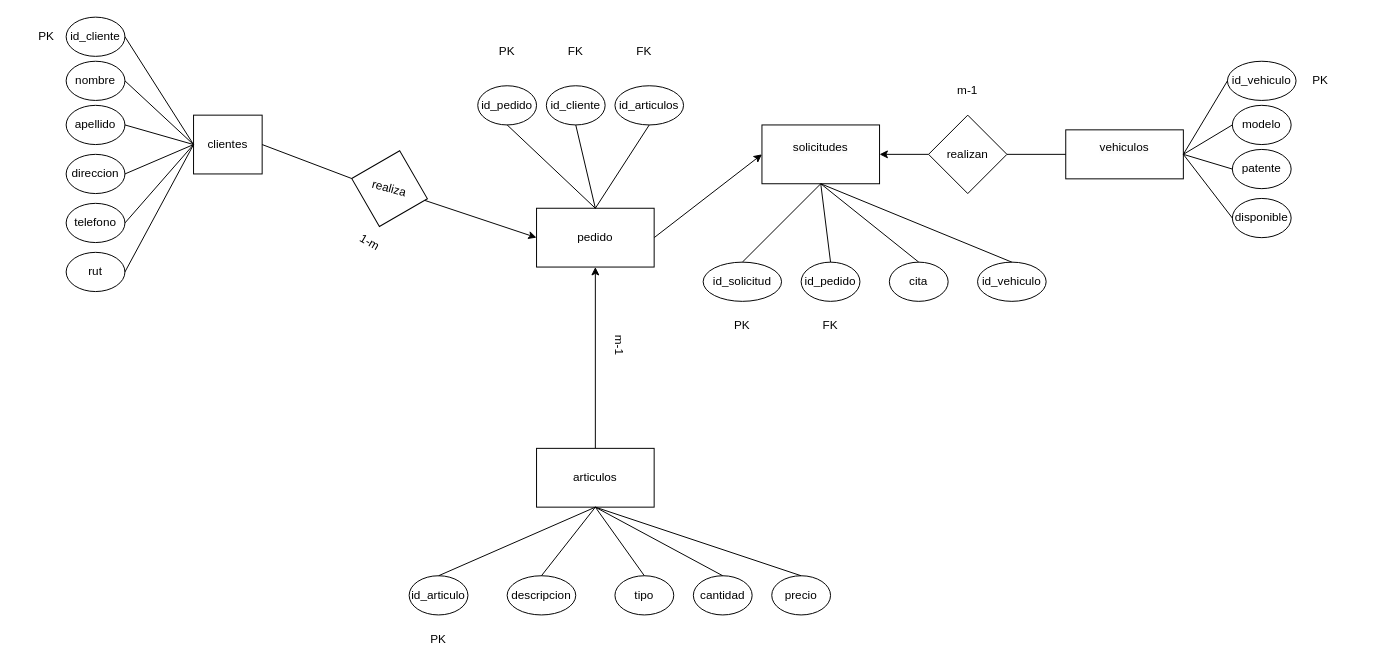
Earlier version of the draw.io diagram diagrama.drawio (carandab/M5_AE5_Grupal). Source tidied: cells renumbered, new cells numbered last; positions are measured from the earlier drawing's top-left corner, leaving out a move shared by most shapes. Both pictures are drawn from the tidied source at 98%, with x=0, y=0 at pixel (17, 17).
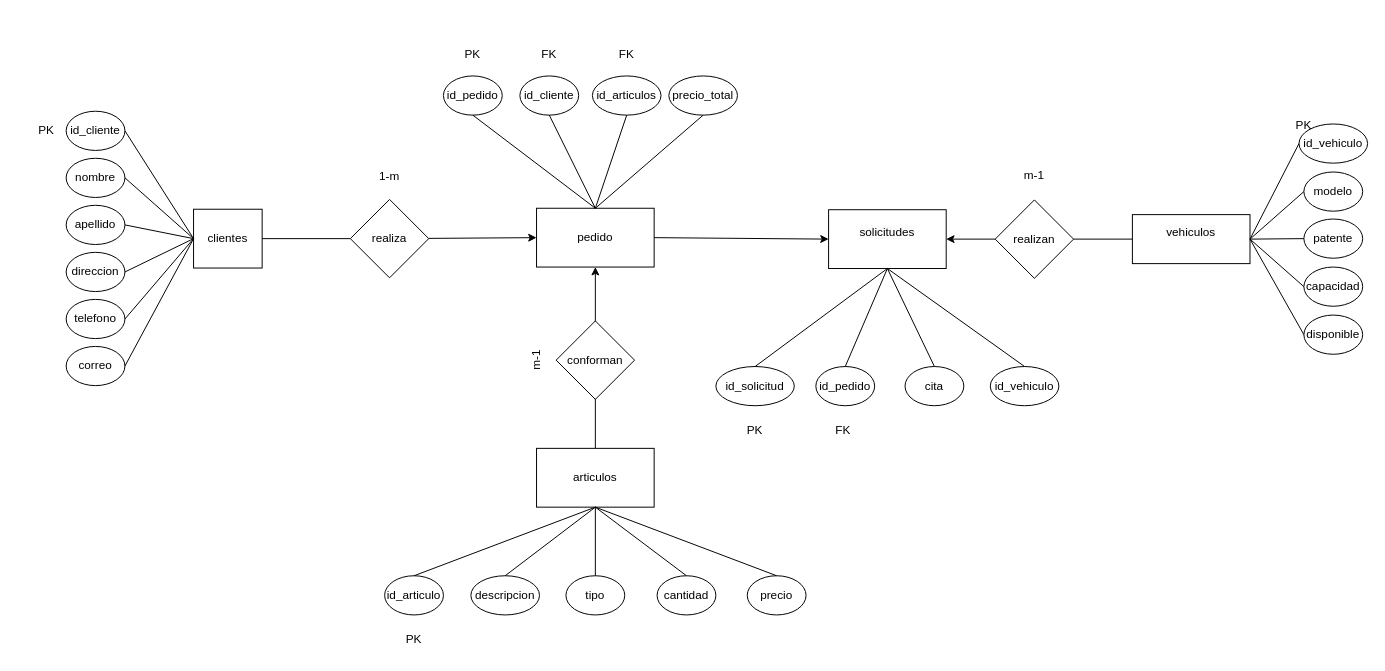
Above is the later version.

Commit message (it also covers changes not shown here):
Se modifican archivos, respecto a algunos atributos y orden visual

The change refers to these unchanged cells:
```xml
<mxCell id="41" value="pedido" style="rounded=0;whiteSpace=wrap;html=1;" parent="1" vertex="1">
  <mxGeometry x="530" y="195" width="120" height="60" as="geometry" />
</mxCell>
```

Change to the diagram source:
```diff
@@
     <mxCell id="2" value="clientes" style="rounded=0;whiteSpace=wrap;html=1;" parent="1" vertex="1">
-      <mxGeometry x="180" y="100" width="70" height="60" as="geometry" />
+      <mxGeometry x="180" y="196" width="70" height="60" as="geometry" />
     </mxCell>
     <mxCell id="3" value="&#10;&lt;span style=&quot;color: rgb(0, 0, 0); font-family: Helvetica; font-size: 12px; font-style: normal; font-variant-ligatures: normal; font-variant-caps: normal; font-weight: 400; letter-spacing: normal; orphans: 2; text-align: center; text-indent: 0px; text-transform: none; widows: 2; word-spacing: 0px; -webkit-text-stroke-width: 0px; white-space: normal; background-color: rgb(251, 251, 251); text-decoration-thickness: initial; text-decoration-style: initial; text-decoration-color: initial; display: inline !important; float: none;&quot;&gt;solicitudes&lt;/span&gt;&#10;&#10;" style="rounded=0;whiteSpace=wrap;html=1;" parent="1" vertex="1">
-      <mxGeometry x="760" y="110" width="120" height="60" as="geometry" />
+      <mxGeometry x="828" y="196.5" width="120" height="60" as="geometry" />
     </mxCell>
     <mxCell id="4" value="&#10;&lt;span style=&quot;color: rgb(0, 0, 0); font-family: Helvetica; font-size: 12px; font-style: normal; font-variant-ligatures: normal; font-variant-caps: normal; font-weight: 400; letter-spacing: normal; orphans: 2; text-align: center; text-indent: 0px; text-transform: none; widows: 2; word-spacing: 0px; -webkit-text-stroke-width: 0px; white-space: normal; background-color: rgb(251, 251, 251); text-decoration-thickness: initial; text-decoration-style: initial; text-decoration-color: initial; display: inline !important; float: none;&quot;&gt;vehiculos&lt;/span&gt;&#10;&#10;" style="rounded=0;whiteSpace=wrap;html=1;" parent="1" vertex="1">
-      <mxGeometry x="1070" y="115" width="120" height="50" as="geometry" />
+      <mxGeometry x="1138" y="201.5" width="120" height="50" as="geometry" />
     </mxCell>
@@
     <mxCell id="9" value="realizan" style="rhombus;whiteSpace=wrap;html=1;" parent="1" vertex="1">
-      <mxGeometry x="930" y="100" width="80" height="80" as="geometry" />
+      <mxGeometry x="998" y="186.5" width="80" height="80" as="geometry" />
     </mxCell>
@@
-    <mxCell id="11" value="1-m" style="text;html=1;align=center;verticalAlign=middle;whiteSpace=wrap;rounded=0;rotation=30;" parent="1" vertex="1">
-      <mxGeometry x="330" y="215" width="60" height="30" as="geometry" />
+    <mxCell id="11" value="1-m" style="text;html=1;align=center;verticalAlign=middle;whiteSpace=wrap;rounded=0;rotation=0;" parent="1" vertex="1">
+      <mxGeometry x="350" y="148" width="60" height="30" as="geometry" />
     </mxCell>
-    <mxCell id="12" value="m-1" style="text;html=1;align=center;verticalAlign=middle;whiteSpace=wrap;rounded=0;rotation=90;" parent="1" vertex="1">
-      <mxGeometry x="585" y="320" width="60" height="30" as="geometry" />
+    <mxCell id="12" value="m-1" style="text;html=1;align=center;verticalAlign=middle;whiteSpace=wrap;rounded=0;rotation=-90;" parent="1" vertex="1">
+      <mxGeometry x="500" y="335" width="60" height="30" as="geometry" />
     </mxCell>
     <mxCell id="13" value="m-1" style="text;html=1;align=center;verticalAlign=middle;whiteSpace=wrap;rounded=0;" parent="1" vertex="1">
-      <mxGeometry x="940" y="60" width="60" height="30" as="geometry" />
+      <mxGeometry x="1008" y="146.5" width="60" height="30" as="geometry" />
     </mxCell>
     <mxCell id="14" value="id_cliente" style="ellipse;whiteSpace=wrap;html=1;" parent="1" vertex="1">
-      <mxGeometry x="50" width="60" height="40" as="geometry" />
+      <mxGeometry x="50" y="96" width="60" height="40" as="geometry" />
     </mxCell>
     <mxCell id="15" value="apellido" style="ellipse;whiteSpace=wrap;html=1;" parent="1" vertex="1">
-      <mxGeometry x="50" y="90" width="60" height="40" as="geometry" />
+      <mxGeometry x="50" y="192" width="60" height="40" as="geometry" />
     </mxCell>
     <mxCell id="16" value="direccion" style="ellipse;whiteSpace=wrap;html=1;" parent="1" vertex="1">
-      <mxGeometry x="50" y="140" width="60" height="40" as="geometry" />
+      <mxGeometry x="50" y="240" width="60" height="40" as="geometry" />
     </mxCell>
     <mxCell id="17" value="telefono" style="ellipse;whiteSpace=wrap;html=1;" parent="1" vertex="1">
-      <mxGeometry x="50" y="190" width="60" height="40" as="geometry" />
+      <mxGeometry x="50" y="288" width="60" height="40" as="geometry" />
     </mxCell>
     <mxCell id="18" value="nombre" style="ellipse;whiteSpace=wrap;html=1;" parent="1" vertex="1">
-      <mxGeometry x="50" y="45" width="60" height="40" as="geometry" />
+      <mxGeometry x="50" y="144" width="60" height="40" as="geometry" />
     </mxCell>
     <mxCell id="19" value="id_articulo" style="ellipse;whiteSpace=wrap;html=1;" parent="1" vertex="1">
-      <mxGeometry x="400" y="570" width="60" height="40" as="geometry" />
+      <mxGeometry x="375" y="570" width="60" height="40" as="geometry" />
     </mxCell>
-    <mxCell id="20" value="rut" style="ellipse;whiteSpace=wrap;html=1;" parent="1" vertex="1">
-      <mxGeometry x="50" y="240" width="60" height="40" as="geometry" />
+    <mxCell id="20" value="correo" style="ellipse;whiteSpace=wrap;html=1;" parent="1" vertex="1">
+      <mxGeometry x="50" y="336" width="60" height="40" as="geometry" />
     </mxCell>
     <mxCell id="21" value="descripcion" style="ellipse;whiteSpace=wrap;html=1;" parent="1" vertex="1">
-      <mxGeometry x="500" y="570" width="70" height="40" as="geometry" />
+      <mxGeometry x="463" y="570" width="70" height="40" as="geometry" />
     </mxCell>
     <mxCell id="22" value="tipo" style="ellipse;whiteSpace=wrap;html=1;" parent="1" vertex="1">
-      <mxGeometry x="610" y="570" width="60" height="40" as="geometry" />
+      <mxGeometry x="560" y="570" width="60" height="40" as="geometry" />
     </mxCell>
     <mxCell id="23" value="cantidad" style="ellipse;whiteSpace=wrap;html=1;" parent="1" vertex="1">
-      <mxGeometry x="690" y="570" width="60" height="40" as="geometry" />
+      <mxGeometry x="653" y="570" width="60" height="40" as="geometry" />
     </mxCell>
     <mxCell id="24" value="precio" style="ellipse;whiteSpace=wrap;html=1;" parent="1" vertex="1">
-      <mxGeometry x="770" y="570" width="60" height="40" as="geometry" />
+      <mxGeometry x="745" y="570" width="60" height="40" as="geometry" />
     </mxCell>
     <mxCell id="25" value="id_cliente" style="ellipse;whiteSpace=wrap;html=1;" parent="1" vertex="1">
-      <mxGeometry x="540" y="70" width="60" height="40" as="geometry" />
+      <mxGeometry x="513" y="60" width="60" height="40" as="geometry" />
     </mxCell>
     <mxCell id="26" value="cita" style="ellipse;whiteSpace=wrap;html=1;" parent="1" vertex="1">
-      <mxGeometry x="890" y="250" width="60" height="40" as="geometry" />
+      <mxGeometry x="906" y="356.5" width="60" height="40" as="geometry" />
     </mxCell>
     <mxCell id="27" value="id_articulos" style="ellipse;whiteSpace=wrap;html=1;" parent="1" vertex="1">
-      <mxGeometry x="610" y="70" width="70" height="40" as="geometry" />
+      <mxGeometry x="587" y="60" width="70" height="40" as="geometry" />
     </mxCell>
     <mxCell id="28" value="id_solicitud" style="ellipse;whiteSpace=wrap;html=1;" parent="1" vertex="1">
-      <mxGeometry x="700" y="250" width="80" height="40" as="geometry" />
+      <mxGeometry x="713" y="356.5" width="80" height="40" as="geometry" />
     </mxCell>
     <mxCell id="29" value="FK" style="text;html=1;align=center;verticalAlign=middle;whiteSpace=wrap;rounded=0;" parent="1" vertex="1">
-      <mxGeometry x="540" y="20" width="60" height="30" as="geometry" />
+      <mxGeometry x="513" y="22.5" width="60" height="30" as="geometry" />
     </mxCell>
     <mxCell id="30" value="FK" style="text;html=1;align=center;verticalAlign=middle;whiteSpace=wrap;rounded=0;" parent="1" vertex="1">
-      <mxGeometry x="610" y="20" width="60" height="30" as="geometry" />
+      <mxGeometry x="592" y="22.5" width="60" height="30" as="geometry" />
     </mxCell>
     <mxCell id="31" value="PK" style="text;html=1;align=center;verticalAlign=middle;whiteSpace=wrap;rounded=0;" parent="1" vertex="1">
-      <mxGeometry y="5" width="60" height="30" as="geometry" />
+      <mxGeometry y="101" width="60" height="30" as="geometry" />
     </mxCell>
     <mxCell id="32" value="PK" style="text;html=1;align=center;verticalAlign=middle;whiteSpace=wrap;rounded=0;" parent="1" vertex="1">
-      <mxGeometry x="710" y="300" width="60" height="30" as="geometry" />
+      <mxGeometry x="723" y="406.5" width="60" height="30" as="geometry" />
     </mxCell>
     <mxCell id="33" value="PK" style="text;html=1;align=center;verticalAlign=middle;whiteSpace=wrap;rounded=0;" parent="1" vertex="1">
-      <mxGeometry x="400" y="620" width="60" height="30" as="geometry" />
+      <mxGeometry x="375" y="620" width="60" height="30" as="geometry" />
     </mxCell>
     <mxCell id="34" value="id_vehiculo" style="ellipse;whiteSpace=wrap;html=1;" parent="1" vertex="1">
-      <mxGeometry x="1235" y="45" width="70" height="40" as="geometry" />
+      <mxGeometry x="1308" y="109" width="70" height="40" as="geometry" />
     </mxCell>
     <mxCell id="35" value="patente" style="ellipse;whiteSpace=wrap;html=1;" parent="1" vertex="1">
-      <mxGeometry x="1240" y="135" width="60" height="40" as="geometry" />
+      <mxGeometry x="1313" y="206" width="60" height="40" as="geometry" />
     </mxCell>
     <mxCell id="36" value="disponible" style="ellipse;whiteSpace=wrap;html=1;" parent="1" vertex="1">
-      <mxGeometry x="1240" y="185" width="60" height="40" as="geometry" />
+      <mxGeometry x="1313" y="304" width="60" height="40" as="geometry" />
     </mxCell>
     <mxCell id="37" value="modelo" style="ellipse;whiteSpace=wrap;html=1;" parent="1" vertex="1">
-      <mxGeometry x="1240" y="90" width="60" height="40" as="geometry" />
+      <mxGeometry x="1313" y="158" width="60" height="40" as="geometry" />
     </mxCell>
     <mxCell id="38" value="PK" style="text;html=1;align=center;verticalAlign=middle;whiteSpace=wrap;rounded=0;" parent="1" vertex="1">
-      <mxGeometry x="1300" y="50" width="60" height="30" as="geometry" />
+      <mxGeometry x="1283" y="96" width="60" height="30" as="geometry" />
     </mxCell>
     <mxCell id="39" value="id_vehiculo" style="ellipse;whiteSpace=wrap;html=1;" parent="1" vertex="1">
-      <mxGeometry x="980" y="250" width="70" height="40" as="geometry" />
+      <mxGeometry x="993" y="356.5" width="70" height="40" as="geometry" />
     </mxCell>
@@
-    <mxCell id="43" value="realiza" style="rhombus;whiteSpace=wrap;html=1;rotation=15;" parent="1" vertex="1">
-      <mxGeometry x="340" y="135" width="80" height="80" as="geometry" />
+    <mxCell id="43" value="realiza" style="rhombus;whiteSpace=wrap;html=1;rotation=0;" parent="1" vertex="1">
+      <mxGeometry x="340" y="186" width="80" height="80" as="geometry" />
     </mxCell>
     <mxCell id="44" value="id_pedido" style="ellipse;whiteSpace=wrap;html=1;" parent="1" vertex="1">
-      <mxGeometry x="800" y="250" width="60" height="40" as="geometry" />
+      <mxGeometry x="815" y="356.5" width="60" height="40" as="geometry" />
     </mxCell>
@@
     <mxCell id="47" style="endArrow=none;html=1;exitX=0.5;exitY=0;exitDx=0;exitDy=0;" parent="1" edge="1" source="26">
       <mxGeometry relative="1" as="geometry">
-        <mxPoint x="820" y="170" as="targetPoint" />
+        <mxPoint x="888" y="256.5" as="targetPoint" />
       </mxGeometry>
     </mxCell>
     <mxCell id="48" style="endArrow=none;html=1;exitX=0.5;exitY=0;exitDx=0;exitDy=0;" parent="1" edge="1" source="39">
       <mxGeometry relative="1" as="geometry">
-        <mxPoint x="820" y="170" as="targetPoint" />
+        <mxPoint x="888" y="256.5" as="targetPoint" />
       </mxGeometry>
     </mxCell>
@@
     <mxCell id="54" value="id_pedido" style="ellipse;whiteSpace=wrap;html=1;" parent="1" vertex="1">
-      <mxGeometry x="470" y="70" width="60" height="40" as="geometry" />
+      <mxGeometry x="435" y="60" width="60" height="40" as="geometry" />
     </mxCell>
     <mxCell id="55" value="PK" style="text;html=1;align=center;verticalAlign=middle;whiteSpace=wrap;rounded=0;" parent="1" vertex="1">
-      <mxGeometry x="470" y="20" width="60" height="30" as="geometry" />
+      <mxGeometry x="435" y="22.5" width="60" height="30" as="geometry" />
     </mxCell>
     <mxCell id="56" value="FK" style="text;html=1;align=center;verticalAlign=middle;whiteSpace=wrap;rounded=0;" parent="1" vertex="1">
-      <mxGeometry x="800" y="300" width="60" height="30" as="geometry" />
+      <mxGeometry x="813" y="406.5" width="60" height="30" as="geometry" />
     </mxCell>
@@
     <mxCell id="63" style="endArrow=none;html=1;entryX=1;entryY=0.5;entryDx=0;entryDy=0;" parent="1" edge="1" target="16">
       <mxGeometry relative="1" as="geometry">
-        <mxPoint x="180" y="130" as="sourcePoint" />
+        <mxPoint x="180" y="226" as="sourcePoint" />
       </mxGeometry>
     </mxCell>
@@
+    <mxCell id="70" value="conforman" style="rhombus;whiteSpace=wrap;html=1;rotation=0;" parent="1" vertex="1">
+      <mxGeometry x="550" y="310" width="80" height="80" as="geometry" />
+    </mxCell>
+    <mxCell id="71" value="precio_total" style="ellipse;whiteSpace=wrap;html=1;" parent="1" vertex="1">
+      <mxGeometry x="665" y="60" width="70" height="40" as="geometry" />
+    </mxCell>
+    <mxCell id="72" style="endArrow=none;html=1;exitX=0.5;exitY=0;exitDx=0;exitDy=0;entryX=0.5;entryY=1;entryDx=0;entryDy=0;" parent="1" edge="1" source="41" target="71">
+      <mxGeometry relative="1" as="geometry" />
+    </mxCell>
+    <mxCell id="73" value="capacidad" style="ellipse;whiteSpace=wrap;html=1;" parent="1" vertex="1">
+      <mxGeometry x="1313" y="255" width="60" height="40" as="geometry" />
+    </mxCell>
+    <mxCell id="74" style="endArrow=none;html=1;exitX=0;exitY=0.5;exitDx=0;exitDy=0;entryX=1;entryY=0.5;entryDx=0;entryDy=0;" parent="1" edge="1" source="73" target="4">
+      <mxGeometry relative="1" as="geometry" />
+    </mxCell>
```
